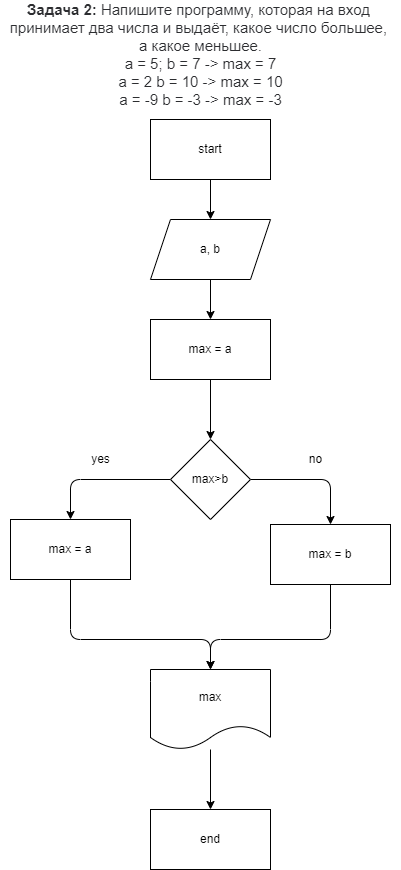
Earlier version of the draw.io export Homework1/Task2/Decision.drawio.png (katrin535/dotnet). Source tidied: cells renumbered, new cells last; positions are measured from the earlier drawing's top-left corner, leaving out a move shared by most shapes.
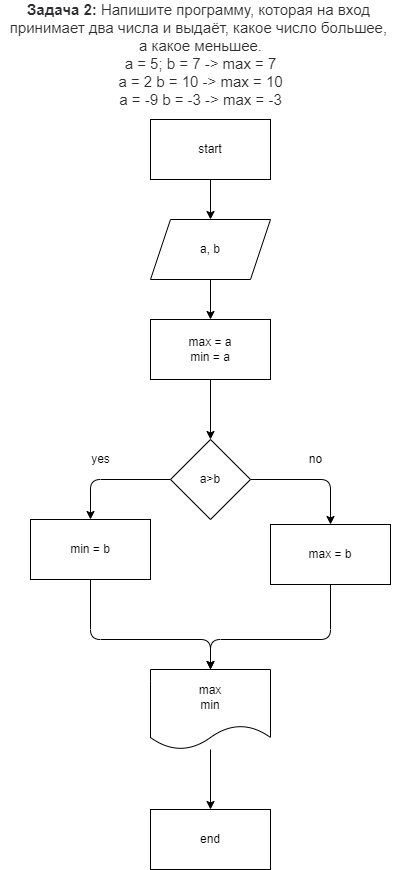
After the change.

Commit message:
Внесла поправки в задачу №2. Решена задача №2 с блок-схемой.

What changed in the source:
```diff
@@ -23,13 +23,13 @@
     <mxCell id="8" style="edgeStyle=none;html=1;" parent="1" edge="1" source="9" target="12">
       <mxGeometry relative="1" as="geometry" />
     </mxCell>
-    <mxCell id="9" value="max = a" style="rounded=0;whiteSpace=wrap;html=1;" parent="1" vertex="1">
+    <mxCell id="9" value="max = a&lt;br&gt;min = a" style="rounded=0;whiteSpace=wrap;html=1;" parent="1" vertex="1">
       <mxGeometry x="150" y="310" width="120" height="60" as="geometry" />
     </mxCell>
     <mxCell id="10" style="edgeStyle=none;html=1;entryX=0.5;entryY=0;entryDx=0;entryDy=0;" parent="1" edge="1" source="12" target="16">
       <mxGeometry relative="1" as="geometry">
         <Array as="points">
-          <mxPoint x="70" y="470" />
+          <mxPoint x="90" y="470" />
         </Array>
       </mxGeometry>
     </mxCell>
@@ -40,25 +40,25 @@
         </Array>
       </mxGeometry>
     </mxCell>
-    <mxCell id="12" value="max&amp;gt;b" style="rhombus;whiteSpace=wrap;html=1;" parent="1" vertex="1">
+    <mxCell id="12" value="a&amp;gt;b" style="rhombus;whiteSpace=wrap;html=1;" parent="1" vertex="1">
       <mxGeometry x="170" y="430" width="80" height="80" as="geometry" />
     </mxCell>
     <mxCell id="13" style="edgeStyle=none;html=1;" parent="1" edge="1" source="14" target="17">
       <mxGeometry relative="1" as="geometry" />
     </mxCell>
-    <mxCell id="14" value="max" style="shape=document;whiteSpace=wrap;html=1;boundedLbl=1;" parent="1" vertex="1">
+    <mxCell id="14" value="max&lt;br&gt;min" style="shape=document;whiteSpace=wrap;html=1;boundedLbl=1;" parent="1" vertex="1">
       <mxGeometry x="150" y="660" width="120" height="80" as="geometry" />
     </mxCell>
     <mxCell id="15" style="edgeStyle=none;html=1;entryX=0.5;entryY=0;entryDx=0;entryDy=0;" parent="1" edge="1" source="16" target="14">
       <mxGeometry relative="1" as="geometry">
         <Array as="points">
-          <mxPoint x="70" y="630" />
+          <mxPoint x="90" y="630" />
           <mxPoint x="210" y="630" />
         </Array>
       </mxGeometry>
     </mxCell>
-    <mxCell id="16" value="max = a" style="rounded=0;whiteSpace=wrap;html=1;" parent="1" vertex="1">
-      <mxGeometry x="10" y="510" width="120" height="60" as="geometry" />
+    <mxCell id="16" value="min = b" style="rounded=0;whiteSpace=wrap;html=1;" parent="1" vertex="1">
+      <mxGeometry x="30" y="510" width="120" height="60" as="geometry" />
     </mxCell>
     <mxCell id="17" value="end" style="rounded=0;whiteSpace=wrap;html=1;" parent="1" vertex="1">
       <mxGeometry x="150" y="800" width="120" height="60" as="geometry" />
```
